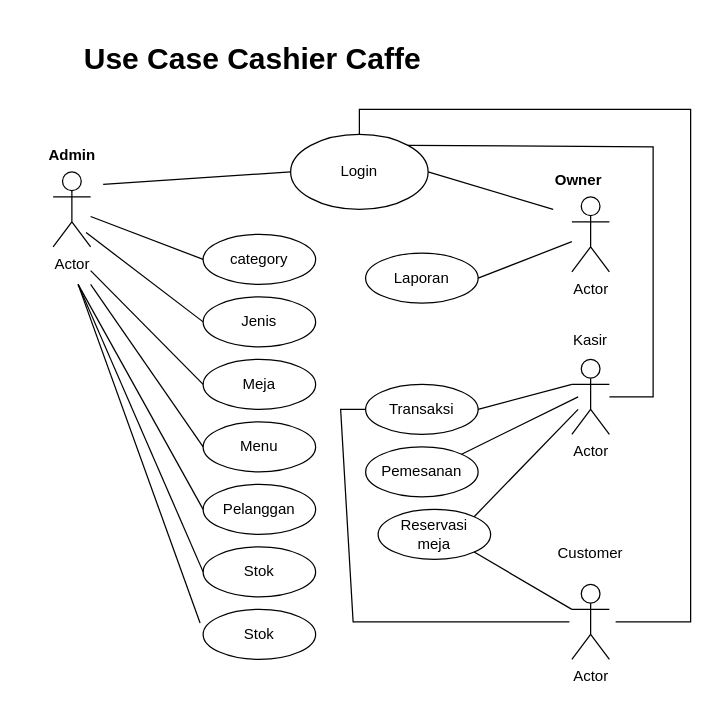
This is page "Use case" (1 of 2) of usecase.drawio from annrdhjn/drawio, a draw.io file, before an edit. Source tidied: cells renumbered, new cells numbered last; positions are measured from the earlier drawing's top-left corner, leaving out a move shared by most shapes. Both pictures are drawn from the tidied source at 125%, with x=0, y=0 at pixel (21, 34).
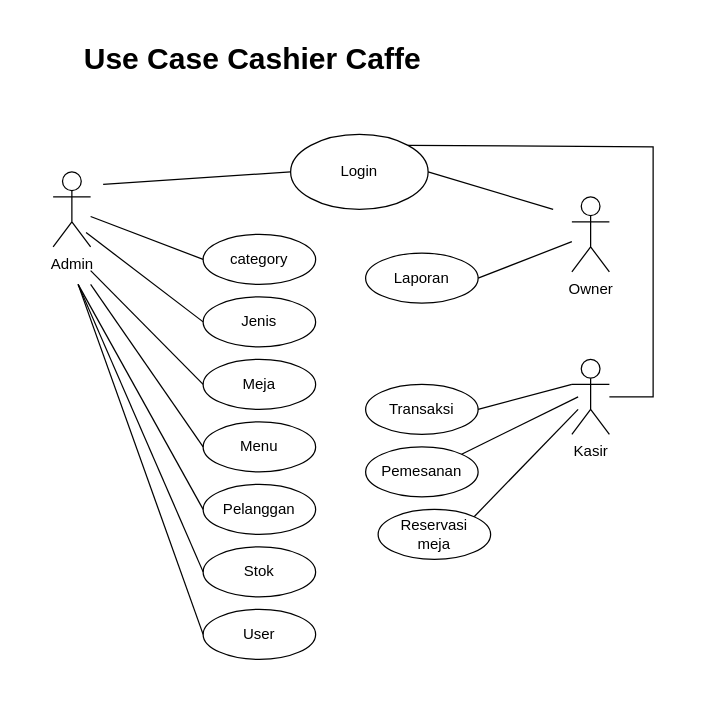
The same diagram, later.

The change refers to these unchanged cells:
```xml
<mxCell id="3" value="Login" style="ellipse;whiteSpace=wrap;html=1;" parent="1" vertex="1">
  <mxGeometry x="215" y="80" width="110" height="60" as="geometry" />
</mxCell>
<mxCell id="28" value="Transaksi" style="ellipse;whiteSpace=wrap;html=1;" parent="1" vertex="1">
  <mxGeometry x="275" y="280" width="90" height="40" as="geometry" />
</mxCell>
<mxCell id="31" value="Reservasi&lt;br&gt;meja" style="ellipse;whiteSpace=wrap;html=1;" parent="1" vertex="1">
  <mxGeometry x="285" y="380" width="90" height="40" as="geometry" />
</mxCell>
```

What changed in the source:
```diff
@@
-    <mxCell id="2" value="Actor" style="shape=umlActor;verticalLabelPosition=bottom;verticalAlign=top;html=1;outlineConnect=0;" parent="1" vertex="1">
+    <mxCell id="2" value="Admin" style="shape=umlActor;verticalLabelPosition=bottom;verticalAlign=top;html=1;outlineConnect=0;" parent="1" vertex="1">
       <mxGeometry x="25" y="110" width="30" height="60" as="geometry" />
     </mxCell>
@@
-    <mxCell id="4" value="Actor" style="shape=umlActor;verticalLabelPosition=bottom;verticalAlign=top;html=1;outlineConnect=0;" parent="1" vertex="1">
+    <mxCell id="4" value="Owner" style="shape=umlActor;verticalLabelPosition=bottom;verticalAlign=top;html=1;outlineConnect=0;" parent="1" vertex="1">
       <mxGeometry x="440" y="130" width="30" height="60" as="geometry" />
     </mxCell>
-    <mxCell id="5" value="Admin" style="text;align=center;fontStyle=1;verticalAlign=middle;spacingLeft=3;spacingRight=3;strokeColor=none;html=1;" parent="1" vertex="1">
-      <mxGeometry y="84" width="80" height="26" as="geometry" />
-    </mxCell>
-    <mxCell id="6" value="Owner" style="text;align=center;fontStyle=1;verticalAlign=middle;spacingLeft=3;spacingRight=3;strokeColor=none;html=1;" parent="1" vertex="1">
-      <mxGeometry x="405" y="104" width="80" height="26" as="geometry" />
-    </mxCell>
@@
-    <mxCell id="23" value="Actor" style="shape=umlActor;verticalLabelPosition=bottom;verticalAlign=top;html=1;outlineConnect=0;" parent="1" vertex="1">
+    <mxCell id="23" value="Kasir" style="shape=umlActor;verticalLabelPosition=bottom;verticalAlign=top;html=1;outlineConnect=0;" parent="1" vertex="1">
       <mxGeometry x="440" y="260" width="30" height="60" as="geometry" />
     </mxCell>
@@
-    <mxCell id="25" value="Kasir" style="text;html=1;strokeColor=none;fillColor=none;align=center;verticalAlign=middle;whiteSpace=wrap;rounded=0;" parent="1" vertex="1">
-      <mxGeometry x="425" y="230" width="60" height="30" as="geometry" />
-    </mxCell>
@@
-    <mxCell id="33" value="Stok" style="ellipse;whiteSpace=wrap;html=1;" parent="1" vertex="1">
+    <mxCell id="33" value="User" style="ellipse;whiteSpace=wrap;html=1;" parent="1" vertex="1">
       <mxGeometry x="145" y="460" width="90" height="40" as="geometry" />
     </mxCell>
-    <mxCell id="34" style="endArrow=none;html=1;rounded=0;entryX=-0.027;entryY=0.273;entryDx=0;entryDy=0;entryPerimeter=0;" parent="1" edge="1" target="33">
+    <mxCell id="34" style="endArrow=none;html=1;rounded=0;entryX=0;entryY=0.5;entryDx=0;entryDy=0;" parent="1" edge="1" target="33">
       <mxGeometry relative="1" as="geometry">
         <mxPoint x="45" y="200" as="sourcePoint" />
       </mxGeometry>
     </mxCell>
-    <mxCell id="35" value="Actor" style="shape=umlActor;verticalLabelPosition=bottom;verticalAlign=top;html=1;outlineConnect=0;" parent="1" vertex="1">
-      <mxGeometry x="440" y="440" width="30" height="60" as="geometry" />
-    </mxCell>
-    <mxCell id="36" value="Customer" style="text;html=1;strokeColor=none;fillColor=none;align=center;verticalAlign=middle;whiteSpace=wrap;rounded=0;" parent="1" vertex="1">
-      <mxGeometry x="425" y="400" width="60" height="30" as="geometry" />
-    </mxCell>
-    <mxCell id="37" style="endArrow=none;html=1;rounded=0;exitX=1;exitY=1;exitDx=0;exitDy=0;entryX=0;entryY=0.3333333333333333;entryDx=0;entryDy=0;entryPerimeter=0;" parent="1" edge="1" source="31" target="35">
-      <mxGeometry relative="1" as="geometry" />
-    </mxCell>
-    <mxCell id="38" style="endArrow=none;html=1;rounded=0;exitX=0;exitY=0.5;exitDx=0;exitDy=0;" parent="1" edge="1" source="28">
-      <mxGeometry relative="1" as="geometry">
-        <mxPoint x="438" y="470" as="targetPoint" />
-        <Array as="points">
-          <mxPoint x="255" y="300" />
-          <mxPoint x="265" y="470" />
-        </Array>
-      </mxGeometry>
-    </mxCell>
-    <mxCell id="39" style="endArrow=none;html=1;rounded=0;exitX=0.5;exitY=0;exitDx=0;exitDy=0;" parent="1" edge="1" source="3">
-      <mxGeometry relative="1" as="geometry">
-        <mxPoint x="475" y="470" as="targetPoint" />
-        <Array as="points">
-          <mxPoint x="270" y="60" />
-          <mxPoint x="535" y="60" />
-          <mxPoint x="535" y="470" />
-        </Array>
-      </mxGeometry>
-    </mxCell>
```
